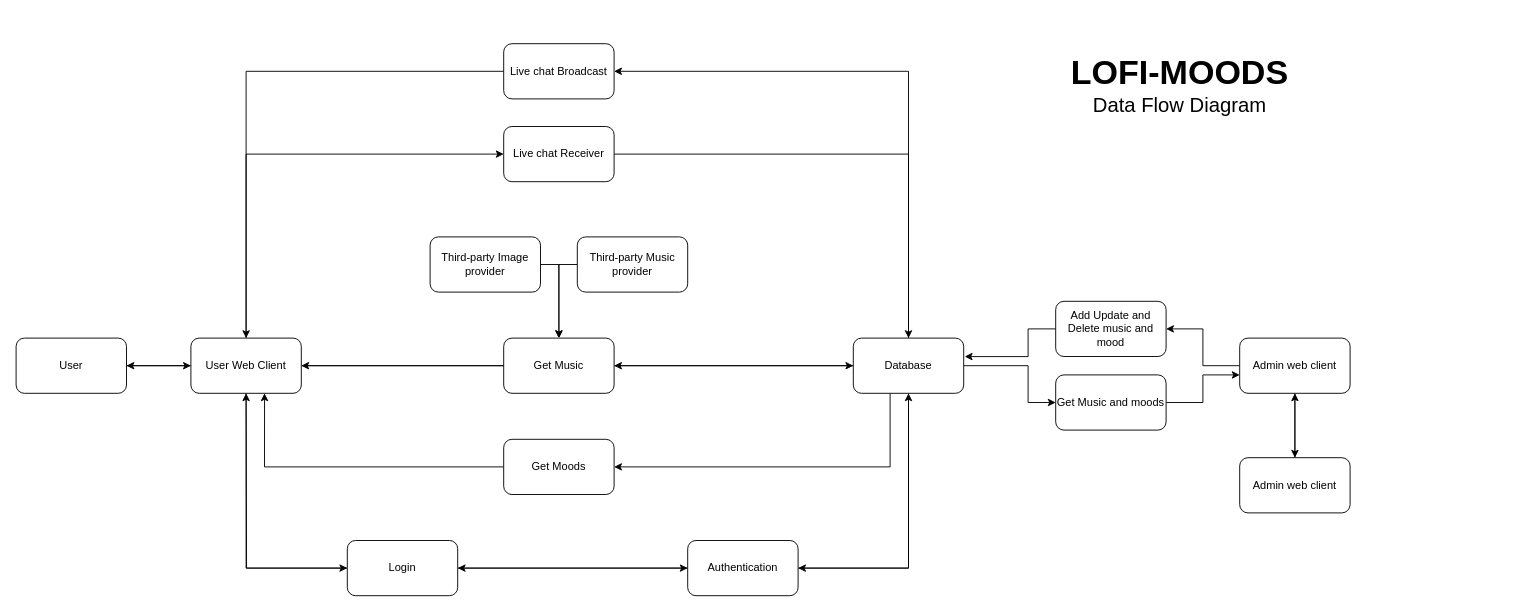
The draw.io diagram Untitled Diagram.drawio in Grrom/lofi-moods-erd-stuff, before the edit. Source tidied: cells renumbered, new cells numbered last; positions are measured from the earlier drawing's top-left corner, leaving out a move shared by most shapes. Both pictures are drawn from the tidied source at 92%, with x=0, y=0 at pixel (16, 16).
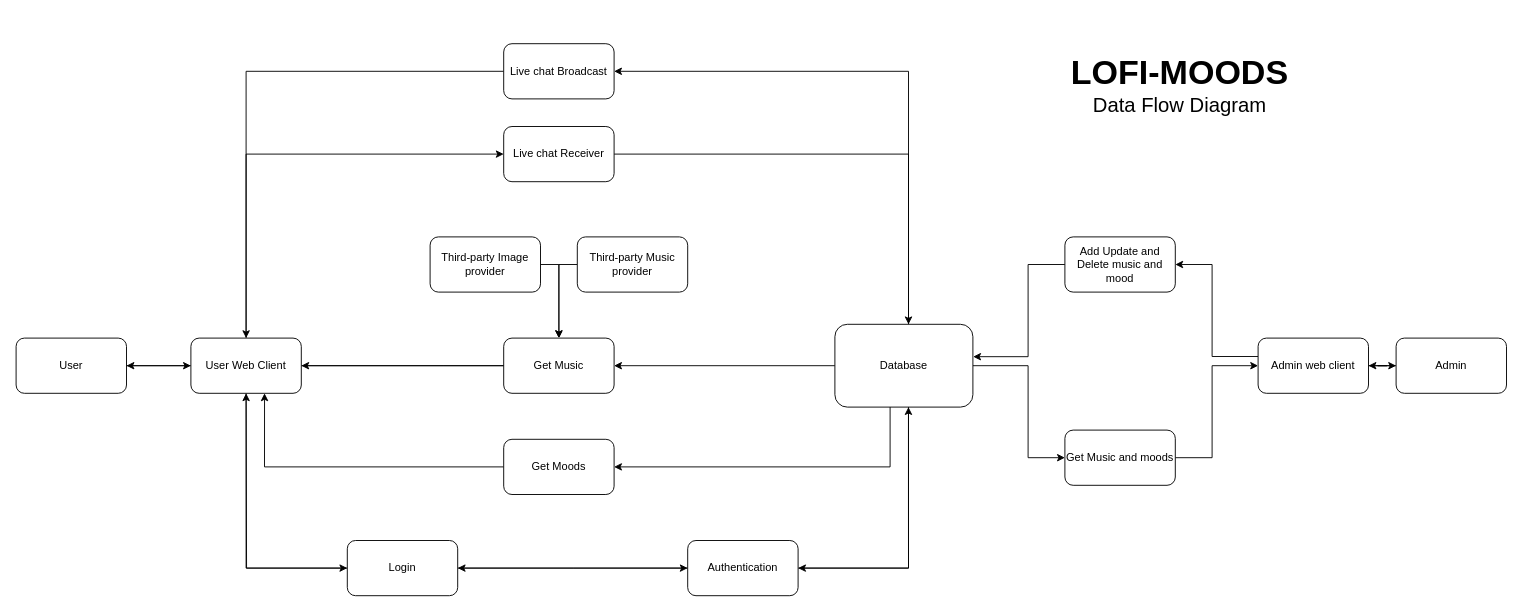
Above is the later version.

The change refers to these unchanged cells:
```xml
<mxCell id="20" value="Authentication" style="rounded=1;whiteSpace=wrap;html=1;" parent="1" vertex="1">
  <mxGeometry x="730" y="570" width="120" height="60" as="geometry" />
</mxCell>
<mxCell id="29" value="Get Music" style="rounded=1;whiteSpace=wrap;html=1;" parent="1" vertex="1">
  <mxGeometry x="530" y="350" width="120" height="60" as="geometry" />
</mxCell>
<mxCell id="31" value="Live chat Receiver" style="rounded=1;whiteSpace=wrap;html=1;" parent="1" vertex="1">
  <mxGeometry x="530" y="120" width="120" height="60" as="geometry" />
</mxCell>
```

The edit, as a diff of the source:
```diff
@@
     <mxCell id="15" style="edgeStyle=orthogonalEdgeStyle;rounded=0;jettySize=auto;html=1;entryX=0;entryY=0.5;entryDx=0;entryDy=0;" parent="1" edge="1" source="17" target="40">
       <mxGeometry relative="1" as="geometry">
         <Array as="points">
           <mxPoint x="1100" y="380" />
-          <mxPoint x="1100" y="420" />
+          <mxPoint x="1100" y="480" />
         </Array>
       </mxGeometry>
     </mxCell>
@@
     <mxCell id="17" value="Database" style="rounded=1;whiteSpace=wrap;html=1;" parent="1" vertex="1">
-      <mxGeometry x="910" y="350" width="120" height="60" as="geometry" />
+      <mxGeometry x="890" y="335" width="150" height="90" as="geometry" />
     </mxCell>
-    <mxCell id="18" style="edgeStyle=orthogonalEdgeStyle;rounded=0;jettySize=auto;html=1;entryX=0.5;entryY=1;entryDx=0;entryDy=0;" parent="1" edge="1" source="20" target="17">
-      <mxGeometry relative="1" as="geometry" />
+    <mxCell id="18" style="edgeStyle=orthogonalEdgeStyle;rounded=0;jettySize=auto;html=1;entryX=0.533;entryY=1;entryDx=0;entryDy=0;entryPerimeter=0;" parent="1" edge="1" source="20" target="17">
+      <mxGeometry relative="1" as="geometry">
+        <Array as="points">
+          <mxPoint x="970" y="600" />
+        </Array>
+      </mxGeometry>
     </mxCell>
@@
-    <mxCell id="27" style="edgeStyle=orthogonalEdgeStyle;rounded=0;jettySize=auto;html=1;entryX=0;entryY=0.5;entryDx=0;entryDy=0;" parent="1" edge="1" source="29" target="17">
-      <mxGeometry relative="1" as="geometry" />
-    </mxCell>
@@
-    <mxCell id="30" style="edgeStyle=orthogonalEdgeStyle;rounded=0;jettySize=auto;html=1;entryX=0.5;entryY=0;entryDx=0;entryDy=0;" parent="1" edge="1" source="31" target="17">
-      <mxGeometry relative="1" as="geometry" />
+    <mxCell id="30" style="edgeStyle=orthogonalEdgeStyle;rounded=0;jettySize=auto;html=1;" parent="1" edge="1" source="31">
+      <mxGeometry relative="1" as="geometry">
+        <mxPoint x="970" y="335" as="targetPoint" />
+        <Array as="points">
+          <mxPoint x="970" y="150" />
+          <mxPoint x="970" y="335" />
+        </Array>
+      </mxGeometry>
     </mxCell>
@@
     <mxCell id="34" style="edgeStyle=orthogonalEdgeStyle;rounded=0;jettySize=auto;html=1;entryX=1;entryY=0.5;entryDx=0;entryDy=0;" parent="1" edge="1" source="36" target="38">
       <mxGeometry relative="1" as="geometry">
         <Array as="points">
-          <mxPoint x="1290" y="380" />
-          <mxPoint x="1290" y="340" />
+          <mxPoint x="1300" y="370" />
+          <mxPoint x="1300" y="270" />
         </Array>
       </mxGeometry>
     </mxCell>
-    <mxCell id="35" style="edgeStyle=orthogonalEdgeStyle;rounded=0;jettySize=auto;html=1;entryX=0.5;entryY=0;entryDx=0;entryDy=0;" parent="1" edge="1" source="36" target="42">
-      <mxGeometry relative="1" as="geometry" />
-    </mxCell>
+    <mxCell id="44" style="edgeStyle=orthogonalEdgeStyle;rounded=0;jettySize=auto;html=1;fontSize=37;" parent="1" edge="1" source="36">
+      <mxGeometry relative="1" as="geometry">
+        <mxPoint x="1500" y="380" as="targetPoint" />
+      </mxGeometry>
+    </mxCell>
     <mxCell id="36" value="Admin web client" style="rounded=1;whiteSpace=wrap;html=1;" parent="1" vertex="1">
-      <mxGeometry x="1330" y="350" width="120" height="60" as="geometry" />
+      <mxGeometry x="1350" y="350" width="120" height="60" as="geometry" />
     </mxCell>
-    <mxCell id="37" style="edgeStyle=orthogonalEdgeStyle;rounded=0;jettySize=auto;html=1;entryX=1.009;entryY=0.335;entryDx=0;entryDy=0;entryPerimeter=0;" parent="1" edge="1" source="38" target="17">
+    <mxCell id="37" style="edgeStyle=orthogonalEdgeStyle;rounded=0;jettySize=auto;html=1;entryX=1.002;entryY=0.391;entryDx=0;entryDy=0;entryPerimeter=0;" parent="1" edge="1" source="38" target="17">
       <mxGeometry relative="1" as="geometry">
         <Array as="points">
-          <mxPoint x="1100" y="340" />
+          <mxPoint x="1100" y="270" />
           <mxPoint x="1100" y="370" />
         </Array>
       </mxGeometry>
     </mxCell>
     <mxCell id="38" value="Add Update and Delete music and mood" style="rounded=1;whiteSpace=wrap;html=1;" parent="1" vertex="1">
-      <mxGeometry x="1130" y="310" width="120" height="60" as="geometry" />
+      <mxGeometry x="1140" y="240" width="120" height="60" as="geometry" />
     </mxCell>
-    <mxCell id="39" style="edgeStyle=orthogonalEdgeStyle;rounded=0;jettySize=auto;html=1;entryX=0;entryY=0.667;entryDx=0;entryDy=0;entryPerimeter=0;" parent="1" edge="1" source="40" target="36">
+    <mxCell id="39" style="edgeStyle=orthogonalEdgeStyle;rounded=0;jettySize=auto;html=1;" parent="1" edge="1" source="40">
       <mxGeometry relative="1" as="geometry">
+        <mxPoint x="1350" y="380" as="targetPoint" />
         <Array as="points">
-          <mxPoint x="1290" y="420" />
-          <mxPoint x="1290" y="390" />
+          <mxPoint x="1300" y="480" />
+          <mxPoint x="1300" y="380" />
         </Array>
       </mxGeometry>
     </mxCell>
     <mxCell id="40" value="Get Music and moods" style="rounded=1;whiteSpace=wrap;html=1;" parent="1" vertex="1">
-      <mxGeometry x="1130" y="390" width="120" height="60" as="geometry" />
+      <mxGeometry x="1140" y="450" width="120" height="60" as="geometry" />
     </mxCell>
-    <mxCell id="41" style="edgeStyle=orthogonalEdgeStyle;rounded=0;jettySize=auto;html=1;" parent="1" edge="1" source="42">
-      <mxGeometry relative="1" as="geometry">
-        <mxPoint x="1390" y="410" as="targetPoint" />
-      </mxGeometry>
-    </mxCell>
+    <mxCell id="45" style="edgeStyle=orthogonalEdgeStyle;rounded=0;jettySize=auto;html=1;entryX=1;entryY=0.5;entryDx=0;entryDy=0;fontSize=37;" parent="1" edge="1" source="42" target="36">
+      <mxGeometry relative="1" as="geometry" />
+    </mxCell>
-    <mxCell id="42" value="Admin web client" style="rounded=1;whiteSpace=wrap;html=1;" parent="1" vertex="1">
-      <mxGeometry x="1330" y="480" width="120" height="60" as="geometry" />
+    <mxCell id="42" value="Admin" style="rounded=1;whiteSpace=wrap;html=1;" parent="1" vertex="1">
+      <mxGeometry x="1500" y="350" width="120" height="60" as="geometry" />
     </mxCell>
```
